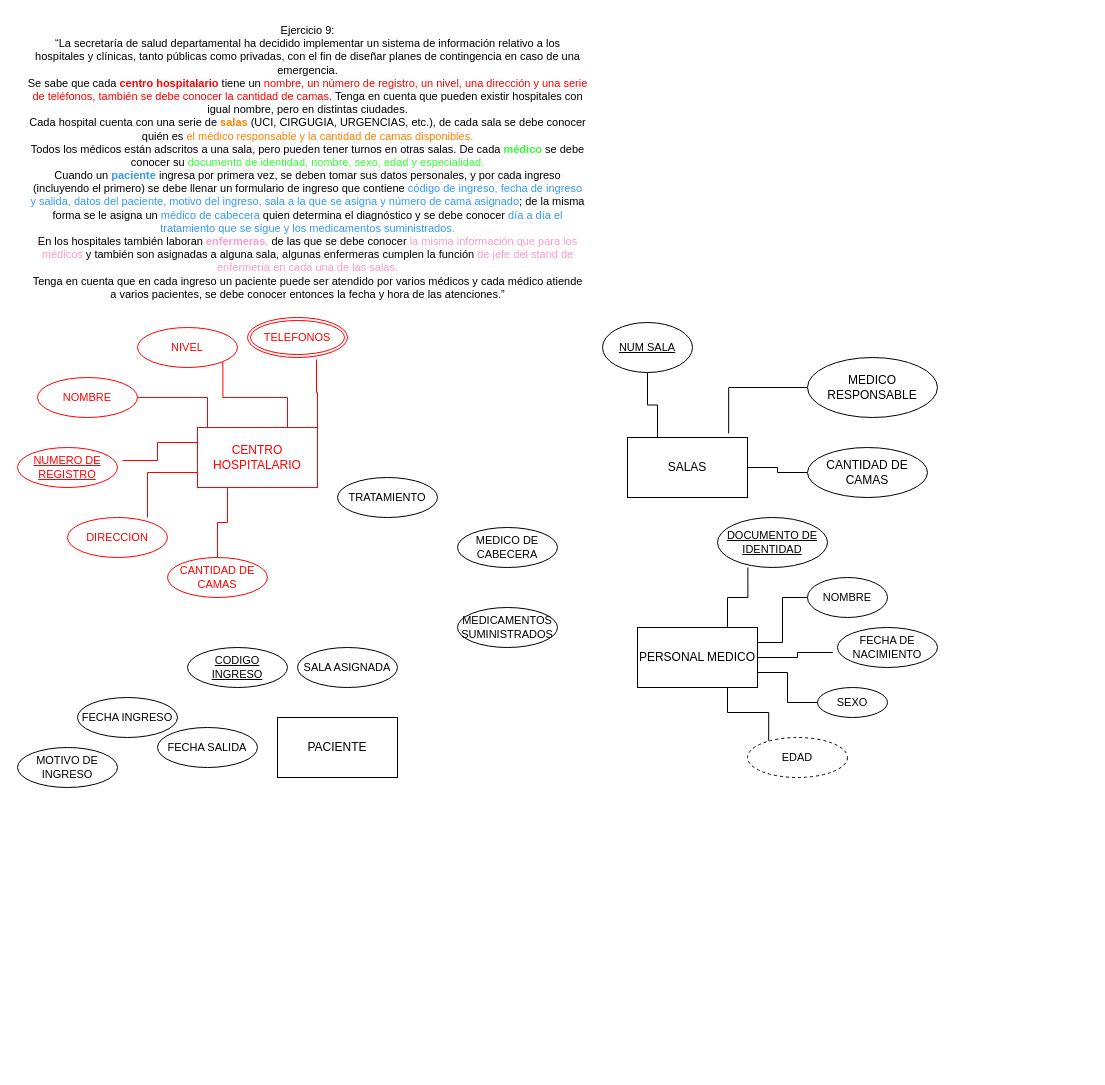
Before: page "Página-5" (5 of 5) of Diagrama sin título.drawio in Cris25nkl/DIAGRAMS_BD, a draw.io diagram. Source tidied: cells renumbered, new cells numbered last; positions are measured from the earlier drawing's top-left corner, leaving out a move shared by most shapes. Both pictures are drawn from the tidied source at 100%, with x=0, y=0 at pixel (17, 17).
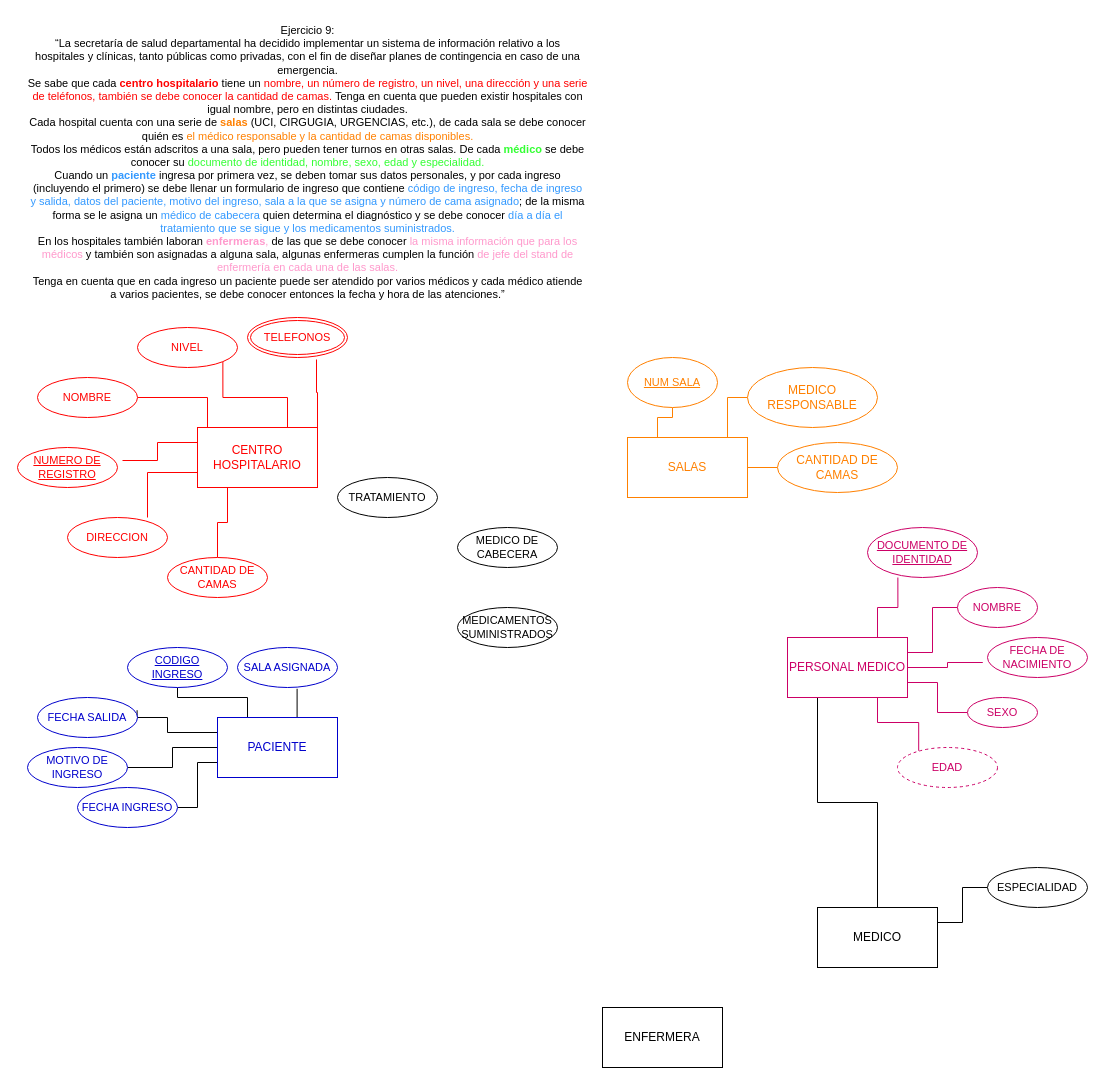
Above is the later version.

Change to the diagram source:
```diff
@@
-    <mxCell id="10" style="edgeStyle=orthogonalEdgeStyle;shape=connector;rounded=0;jettySize=auto;html=1;exitX=1;exitY=0.5;exitDx=0;exitDy=0;entryX=0;entryY=0.5;entryDx=0;entryDy=0;labelBackgroundColor=default;strokeColor=#000000;fontFamily=Helvetica;fontSize=11;fontColor=#000000;endArrow=none;endFill=0;" parent="1" edge="1" source="12" target="28">
+    <mxCell id="10" style="edgeStyle=orthogonalEdgeStyle;shape=connector;rounded=0;jettySize=auto;html=1;exitX=1;exitY=0.5;exitDx=0;exitDy=0;entryX=0;entryY=0.5;entryDx=0;entryDy=0;labelBackgroundColor=default;strokeColor=#FF8000;fontFamily=Helvetica;fontSize=11;fontColor=#FF8000;endArrow=none;endFill=0;" parent="1" edge="1" source="12" target="28">
       <mxGeometry relative="1" as="geometry" />
     </mxCell>
-    <mxCell id="11" style="edgeStyle=orthogonalEdgeStyle;shape=connector;rounded=0;jettySize=auto;html=1;exitX=0.25;exitY=0;exitDx=0;exitDy=0;labelBackgroundColor=default;strokeColor=#000000;fontFamily=Helvetica;fontSize=11;fontColor=#000000;endArrow=none;endFill=0;" parent="1" edge="1" source="12" target="29">
+    <mxCell id="11" style="edgeStyle=orthogonalEdgeStyle;shape=connector;rounded=0;jettySize=auto;html=1;exitX=0.25;exitY=0;exitDx=0;exitDy=0;labelBackgroundColor=default;strokeColor=#FF8000;fontFamily=Helvetica;fontSize=11;fontColor=#FF8000;endArrow=none;endFill=0;" parent="1" edge="1" source="12" target="29">
       <mxGeometry relative="1" as="geometry" />
     </mxCell>
-    <mxCell id="12" value="SALAS" style="whiteSpace=wrap;html=1;" parent="1" vertex="1">
+    <mxCell id="12" value="SALAS" style="whiteSpace=wrap;html=1;strokeColor=#FF8000;fontColor=#FF8000;" parent="1" vertex="1">
       <mxGeometry x="610" y="420" width="120" height="60" as="geometry" />
     </mxCell>
+    <mxCell id="43" style="edgeStyle=orthogonalEdgeStyle;shape=connector;rounded=0;jettySize=auto;html=1;exitX=0.75;exitY=0;exitDx=0;exitDy=0;entryX=0.596;entryY=1.032;entryDx=0;entryDy=0;entryPerimeter=0;labelBackgroundColor=default;strokeColor=default;fontFamily=Helvetica;fontSize=11;fontColor=default;endArrow=none;endFill=0;" parent="1" edge="1" source="13" target="39">
+      <mxGeometry relative="1" as="geometry" />
+    </mxCell>
+    <mxCell id="44" style="edgeStyle=orthogonalEdgeStyle;shape=connector;rounded=0;jettySize=auto;html=1;exitX=0.25;exitY=0;exitDx=0;exitDy=0;labelBackgroundColor=default;strokeColor=default;fontFamily=Helvetica;fontSize=11;fontColor=default;endArrow=none;endFill=0;" parent="1" edge="1" source="13" target="36">
+      <mxGeometry relative="1" as="geometry">
+        <Array as="points">
+          <mxPoint x="230" y="680" />
+          <mxPoint x="160" y="680" />
+        </Array>
+      </mxGeometry>
+    </mxCell>
+    <mxCell id="45" style="edgeStyle=orthogonalEdgeStyle;shape=connector;rounded=0;jettySize=auto;html=1;exitX=0;exitY=0.25;exitDx=0;exitDy=0;entryX=0.996;entryY=0.318;entryDx=0;entryDy=0;entryPerimeter=0;labelBackgroundColor=default;strokeColor=default;fontFamily=Helvetica;fontSize=11;fontColor=default;endArrow=none;endFill=0;" parent="1" edge="1" source="13" target="37">
+      <mxGeometry relative="1" as="geometry">
+        <Array as="points">
+          <mxPoint x="150" y="715" />
+          <mxPoint x="150" y="700" />
+          <mxPoint x="120" y="700" />
+        </Array>
+      </mxGeometry>
+    </mxCell>
+    <mxCell id="46" style="edgeStyle=orthogonalEdgeStyle;shape=connector;rounded=0;jettySize=auto;html=1;exitX=0;exitY=0.5;exitDx=0;exitDy=0;entryX=1;entryY=0.5;entryDx=0;entryDy=0;labelBackgroundColor=default;strokeColor=default;fontFamily=Helvetica;fontSize=11;fontColor=default;endArrow=none;endFill=0;" parent="1" edge="1" source="13" target="38">
+      <mxGeometry relative="1" as="geometry" />
+    </mxCell>
+    <mxCell id="47" style="edgeStyle=orthogonalEdgeStyle;shape=connector;rounded=0;jettySize=auto;html=1;exitX=0;exitY=0.75;exitDx=0;exitDy=0;entryX=1;entryY=0.5;entryDx=0;entryDy=0;labelBackgroundColor=default;strokeColor=default;fontFamily=Helvetica;fontSize=11;fontColor=default;endArrow=none;endFill=0;" parent="1" edge="1" source="13" target="35">
+      <mxGeometry relative="1" as="geometry" />
+    </mxCell>
-    <mxCell id="13" value="PACIENTE" style="whiteSpace=wrap;html=1;" parent="1" vertex="1">
-      <mxGeometry x="260" y="700" width="120" height="60" as="geometry" />
+    <mxCell id="13" value="PACIENTE" style="whiteSpace=wrap;html=1;strokeColor=#0000CC;fontColor=#0000CC;" parent="1" vertex="1">
+      <mxGeometry x="200" y="700" width="120" height="60" as="geometry" />
     </mxCell>
-    <mxCell id="14" style="edgeStyle=orthogonalEdgeStyle;shape=connector;rounded=0;jettySize=auto;html=1;exitX=0.75;exitY=0;exitDx=0;exitDy=0;entryX=0.276;entryY=1;entryDx=0;entryDy=0;entryPerimeter=0;labelBackgroundColor=default;strokeColor=#000000;fontFamily=Helvetica;fontSize=11;fontColor=#000000;endArrow=none;endFill=0;" parent="1" edge="1" source="19" target="30">
+    <mxCell id="14" style="edgeStyle=orthogonalEdgeStyle;shape=connector;rounded=0;jettySize=auto;html=1;exitX=0.75;exitY=0;exitDx=0;exitDy=0;entryX=0.276;entryY=1;entryDx=0;entryDy=0;entryPerimeter=0;labelBackgroundColor=default;strokeColor=#CC0066;fontFamily=Helvetica;fontSize=11;fontColor=#CC0066;endArrow=none;endFill=0;" parent="1" edge="1" source="19" target="30">
       <mxGeometry relative="1" as="geometry" />
     </mxCell>
-    <mxCell id="15" style="edgeStyle=orthogonalEdgeStyle;shape=connector;rounded=0;jettySize=auto;html=1;exitX=1;exitY=0.25;exitDx=0;exitDy=0;entryX=0;entryY=0.5;entryDx=0;entryDy=0;labelBackgroundColor=default;strokeColor=#000000;fontFamily=Helvetica;fontSize=11;fontColor=#000000;endArrow=none;endFill=0;" parent="1" edge="1" source="19" target="31">
+    <mxCell id="15" style="edgeStyle=orthogonalEdgeStyle;shape=connector;rounded=0;jettySize=auto;html=1;exitX=1;exitY=0.25;exitDx=0;exitDy=0;entryX=0;entryY=0.5;entryDx=0;entryDy=0;labelBackgroundColor=default;strokeColor=#CC0066;fontFamily=Helvetica;fontSize=11;fontColor=#CC0066;endArrow=none;endFill=0;" parent="1" edge="1" source="19" target="31">
       <mxGeometry relative="1" as="geometry" />
     </mxCell>
-    <mxCell id="16" style="edgeStyle=orthogonalEdgeStyle;shape=connector;rounded=0;jettySize=auto;html=1;exitX=1;exitY=0.5;exitDx=0;exitDy=0;entryX=-0.047;entryY=0.625;entryDx=0;entryDy=0;entryPerimeter=0;labelBackgroundColor=default;strokeColor=#000000;fontFamily=Helvetica;fontSize=11;fontColor=#000000;endArrow=none;endFill=0;" parent="1" edge="1" source="19" target="33">
+    <mxCell id="16" style="edgeStyle=orthogonalEdgeStyle;shape=connector;rounded=0;jettySize=auto;html=1;exitX=1;exitY=0.5;exitDx=0;exitDy=0;entryX=-0.047;entryY=0.625;entryDx=0;entryDy=0;entryPerimeter=0;labelBackgroundColor=default;strokeColor=#CC0066;fontFamily=Helvetica;fontSize=11;fontColor=#CC0066;endArrow=none;endFill=0;" parent="1" edge="1" source="19" target="33">
       <mxGeometry relative="1" as="geometry" />
     </mxCell>
-    <mxCell id="17" style="edgeStyle=orthogonalEdgeStyle;shape=connector;rounded=0;jettySize=auto;html=1;exitX=1;exitY=0.75;exitDx=0;exitDy=0;entryX=0;entryY=0.5;entryDx=0;entryDy=0;labelBackgroundColor=default;strokeColor=#000000;fontFamily=Helvetica;fontSize=11;fontColor=#000000;endArrow=none;endFill=0;" parent="1" edge="1" source="19" target="32">
+    <mxCell id="17" style="edgeStyle=orthogonalEdgeStyle;shape=connector;rounded=0;jettySize=auto;html=1;exitX=1;exitY=0.75;exitDx=0;exitDy=0;entryX=0;entryY=0.5;entryDx=0;entryDy=0;labelBackgroundColor=default;strokeColor=#CC0066;fontFamily=Helvetica;fontSize=11;fontColor=#CC0066;endArrow=none;endFill=0;" parent="1" edge="1" source="19" target="32">
       <mxGeometry relative="1" as="geometry" />
     </mxCell>
-    <mxCell id="18" style="edgeStyle=orthogonalEdgeStyle;shape=connector;rounded=0;jettySize=auto;html=1;exitX=0.75;exitY=1;exitDx=0;exitDy=0;entryX=0.212;entryY=0.083;entryDx=0;entryDy=0;entryPerimeter=0;labelBackgroundColor=default;strokeColor=#000000;fontFamily=Helvetica;fontSize=11;fontColor=#000000;endArrow=none;endFill=0;" parent="1" edge="1" source="19" target="34">
+    <mxCell id="18" style="edgeStyle=orthogonalEdgeStyle;shape=connector;rounded=0;jettySize=auto;html=1;exitX=0.75;exitY=1;exitDx=0;exitDy=0;entryX=0.212;entryY=0.083;entryDx=0;entryDy=0;entryPerimeter=0;labelBackgroundColor=default;strokeColor=#CC0066;fontFamily=Helvetica;fontSize=11;fontColor=#CC0066;endArrow=none;endFill=0;" parent="1" edge="1" source="19" target="34">
       <mxGeometry relative="1" as="geometry" />
     </mxCell>
+    <mxCell id="48" style="edgeStyle=orthogonalEdgeStyle;rounded=0;jettySize=auto;html=1;exitX=0.25;exitY=1;exitDx=0;exitDy=0;endArrow=none;endFill=0;" parent="1" edge="1" source="19" target="50">
+      <mxGeometry relative="1" as="geometry" />
+    </mxCell>
-    <mxCell id="19" value="PERSONAL MEDICO" style="whiteSpace=wrap;html=1;" parent="1" vertex="1">
-      <mxGeometry x="620" y="610" width="120" height="60" as="geometry" />
+    <mxCell id="19" value="PERSONAL MEDICO" style="whiteSpace=wrap;html=1;strokeColor=#CC0066;fontColor=#CC0066;" parent="1" vertex="1">
+      <mxGeometry x="770" y="620" width="120" height="60" as="geometry" />
     </mxCell>
@@
-    <mxCell id="26" style="edgeStyle=orthogonalEdgeStyle;shape=connector;rounded=0;jettySize=auto;html=1;exitX=0;exitY=0.5;exitDx=0;exitDy=0;entryX=0.843;entryY=-0.069;entryDx=0;entryDy=0;entryPerimeter=0;labelBackgroundColor=default;strokeColor=#000000;fontFamily=Helvetica;fontSize=11;fontColor=#000000;endArrow=none;endFill=0;" parent="1" edge="1" source="27" target="12">
-      <mxGeometry relative="1" as="geometry" />
+    <mxCell id="26" style="edgeStyle=orthogonalEdgeStyle;shape=connector;rounded=0;jettySize=auto;html=1;exitX=0;exitY=0.5;exitDx=0;exitDy=0;labelBackgroundColor=default;strokeColor=#FF8000;fontFamily=Helvetica;fontSize=11;fontColor=#FF8000;endArrow=none;endFill=0;entryX=0.843;entryY=0;entryDx=0;entryDy=0;entryPerimeter=0;" parent="1" edge="1" source="27" target="12">
+      <mxGeometry relative="1" as="geometry">
+        <Array as="points">
+          <mxPoint x="710" y="380" />
+          <mxPoint x="710" y="420" />
+        </Array>
+      </mxGeometry>
     </mxCell>
-    <mxCell id="27" value="MEDICO RESPONSABLE" style="ellipse;whiteSpace=wrap;html=1;" parent="1" vertex="1">
-      <mxGeometry x="790" y="340" width="130" height="60" as="geometry" />
+    <mxCell id="27" value="MEDICO RESPONSABLE" style="ellipse;whiteSpace=wrap;html=1;strokeColor=#FF8000;fontColor=#FF8000;" parent="1" vertex="1">
+      <mxGeometry x="730" y="350" width="130" height="60" as="geometry" />
     </mxCell>
-    <mxCell id="28" value="CANTIDAD DE CAMAS" style="ellipse;whiteSpace=wrap;html=1;" parent="1" vertex="1">
-      <mxGeometry x="790" y="430" width="120" height="50" as="geometry" />
+    <mxCell id="28" value="CANTIDAD DE CAMAS" style="ellipse;whiteSpace=wrap;html=1;strokeColor=#FF8000;fontColor=#FF8000;" parent="1" vertex="1">
+      <mxGeometry x="760" y="425" width="120" height="50" as="geometry" />
     </mxCell>
-    <mxCell id="29" value="&lt;font color=&quot;#000000&quot;&gt;&lt;u&gt;NUM SALA&lt;/u&gt;&lt;/font&gt;" style="ellipse;whiteSpace=wrap;html=1;fontFamily=Helvetica;fontSize=11;fontColor=#FF0000;" parent="1" vertex="1">
-      <mxGeometry x="585" y="305" width="90" height="50" as="geometry" />
+    <mxCell id="29" value="&lt;font&gt;&lt;u&gt;NUM SALA&lt;/u&gt;&lt;/font&gt;" style="ellipse;whiteSpace=wrap;html=1;fontFamily=Helvetica;fontSize=11;fontColor=#FF8000;strokeColor=#FF8000;" parent="1" vertex="1">
+      <mxGeometry x="610" y="340" width="90" height="50" as="geometry" />
     </mxCell>
-    <mxCell id="30" value="&lt;u&gt;DOCUMENTO DE IDENTIDAD&lt;/u&gt;" style="ellipse;whiteSpace=wrap;html=1;fontFamily=Helvetica;fontSize=11;fontColor=#000000;" parent="1" vertex="1">
-      <mxGeometry x="700" y="500" width="110" height="50" as="geometry" />
+    <mxCell id="30" value="&lt;u&gt;DOCUMENTO DE IDENTIDAD&lt;/u&gt;" style="ellipse;whiteSpace=wrap;html=1;fontFamily=Helvetica;fontSize=11;fontColor=#CC0066;strokeColor=#CC0066;" parent="1" vertex="1">
+      <mxGeometry x="850" y="510" width="110" height="50" as="geometry" />
     </mxCell>
-    <mxCell id="31" value="NOMBRE" style="ellipse;whiteSpace=wrap;html=1;fontFamily=Helvetica;fontSize=11;fontColor=#000000;" parent="1" vertex="1">
-      <mxGeometry x="790" y="560" width="80" height="40" as="geometry" />
+    <mxCell id="31" value="NOMBRE" style="ellipse;whiteSpace=wrap;html=1;fontFamily=Helvetica;fontSize=11;fontColor=#CC0066;strokeColor=#CC0066;" parent="1" vertex="1">
+      <mxGeometry x="940" y="570" width="80" height="40" as="geometry" />
     </mxCell>
-    <mxCell id="32" value="SEXO" style="ellipse;whiteSpace=wrap;html=1;fontFamily=Helvetica;fontSize=11;fontColor=#000000;" parent="1" vertex="1">
-      <mxGeometry x="800" y="670" width="70" height="30" as="geometry" />
+    <mxCell id="32" value="SEXO" style="ellipse;whiteSpace=wrap;html=1;fontFamily=Helvetica;fontSize=11;fontColor=#CC0066;strokeColor=#CC0066;" parent="1" vertex="1">
+      <mxGeometry x="950" y="680" width="70" height="30" as="geometry" />
     </mxCell>
-    <mxCell id="33" value="FECHA DE NACIMIENTO" style="ellipse;whiteSpace=wrap;html=1;fontFamily=Helvetica;fontSize=11;fontColor=#000000;" parent="1" vertex="1">
-      <mxGeometry x="820" y="610" width="100" height="40" as="geometry" />
+    <mxCell id="33" value="FECHA DE NACIMIENTO" style="ellipse;whiteSpace=wrap;html=1;fontFamily=Helvetica;fontSize=11;fontColor=#CC0066;strokeColor=#CC0066;" parent="1" vertex="1">
+      <mxGeometry x="970" y="620" width="100" height="40" as="geometry" />
     </mxCell>
-    <mxCell id="34" value="EDAD" style="ellipse;whiteSpace=wrap;html=1;align=center;dashed=1;fontFamily=Helvetica;fontSize=11;fontColor=#000000;" parent="1" vertex="1">
-      <mxGeometry x="730" y="720" width="100" height="40" as="geometry" />
+    <mxCell id="34" value="EDAD" style="ellipse;whiteSpace=wrap;html=1;align=center;dashed=1;fontFamily=Helvetica;fontSize=11;fontColor=#CC0066;strokeColor=#CC0066;" parent="1" vertex="1">
+      <mxGeometry x="880" y="730" width="100" height="40" as="geometry" />
     </mxCell>
-    <mxCell id="35" value="FECHA INGRESO" style="ellipse;whiteSpace=wrap;html=1;align=center;fontFamily=Helvetica;fontSize=11;fontColor=#000000;" parent="1" vertex="1">
-      <mxGeometry x="60" y="680" width="100" height="40" as="geometry" />
+    <mxCell id="35" value="FECHA INGRESO" style="ellipse;whiteSpace=wrap;html=1;align=center;fontFamily=Helvetica;fontSize=11;fontColor=#0000CC;strokeColor=#0000CC;" parent="1" vertex="1">
+      <mxGeometry x="60" y="770" width="100" height="40" as="geometry" />
     </mxCell>
-    <mxCell id="36" value="CODIGO INGRESO" style="ellipse;whiteSpace=wrap;html=1;align=center;fontStyle=4;fontFamily=Helvetica;fontSize=11;fontColor=#000000;" parent="1" vertex="1">
-      <mxGeometry x="170" y="630" width="100" height="40" as="geometry" />
+    <mxCell id="36" value="CODIGO INGRESO" style="ellipse;whiteSpace=wrap;html=1;align=center;fontStyle=4;fontFamily=Helvetica;fontSize=11;fontColor=#0000CC;strokeColor=#0000CC;" parent="1" vertex="1">
+      <mxGeometry x="110" y="630" width="100" height="40" as="geometry" />
     </mxCell>
-    <mxCell id="37" value="FECHA SALIDA" style="ellipse;whiteSpace=wrap;html=1;align=center;fontFamily=Helvetica;fontSize=11;fontColor=#000000;" parent="1" vertex="1">
-      <mxGeometry x="140" y="710" width="100" height="40" as="geometry" />
+    <mxCell id="37" value="FECHA SALIDA" style="ellipse;whiteSpace=wrap;html=1;align=center;fontFamily=Helvetica;fontSize=11;fontColor=#0000CC;strokeColor=#0000CC;" parent="1" vertex="1">
+      <mxGeometry x="20" y="680" width="100" height="40" as="geometry" />
     </mxCell>
-    <mxCell id="38" value="MOTIVO DE INGRESO" style="ellipse;whiteSpace=wrap;html=1;align=center;fontFamily=Helvetica;fontSize=11;fontColor=#000000;" parent="1" vertex="1">
-      <mxGeometry y="730" width="100" height="40" as="geometry" />
+    <mxCell id="38" value="MOTIVO DE INGRESO" style="ellipse;whiteSpace=wrap;html=1;align=center;fontFamily=Helvetica;fontSize=11;fontColor=#0000CC;strokeColor=#0000CC;" parent="1" vertex="1">
+      <mxGeometry x="10" y="730" width="100" height="40" as="geometry" />
     </mxCell>
-    <mxCell id="39" value="SALA ASIGNADA" style="ellipse;whiteSpace=wrap;html=1;align=center;fontFamily=Helvetica;fontSize=11;fontColor=#000000;" parent="1" vertex="1">
-      <mxGeometry x="280" y="630" width="100" height="40" as="geometry" />
+    <mxCell id="39" value="SALA ASIGNADA" style="ellipse;whiteSpace=wrap;html=1;align=center;fontFamily=Helvetica;fontSize=11;fontColor=#0000CC;strokeColor=#0000CC;" parent="1" vertex="1">
+      <mxGeometry x="220" y="630" width="100" height="40" as="geometry" />
     </mxCell>
@@
+    <mxCell id="49" style="edgeStyle=orthogonalEdgeStyle;shape=connector;rounded=0;jettySize=auto;html=1;exitX=1;exitY=0.25;exitDx=0;exitDy=0;entryX=0;entryY=0.5;entryDx=0;entryDy=0;labelBackgroundColor=default;strokeColor=default;fontFamily=Helvetica;fontSize=11;fontColor=default;endArrow=none;endFill=0;" parent="1" edge="1" source="50" target="52">
+      <mxGeometry relative="1" as="geometry" />
+    </mxCell>
+    <mxCell id="50" value="MEDICO" style="whiteSpace=wrap;html=1;" parent="1" vertex="1">
+      <mxGeometry x="800" y="890" width="120" height="60" as="geometry" />
+    </mxCell>
+    <mxCell id="51" value="ENFERMERA" style="whiteSpace=wrap;html=1;" parent="1" vertex="1">
+      <mxGeometry x="585" y="990" width="120" height="60" as="geometry" />
+    </mxCell>
+    <mxCell id="52" value="ESPECIALIDAD" style="ellipse;whiteSpace=wrap;html=1;fontFamily=Helvetica;fontSize=11;fontColor=default;" parent="1" vertex="1">
+      <mxGeometry x="970" y="850" width="100" height="40" as="geometry" />
+    </mxCell>
```
